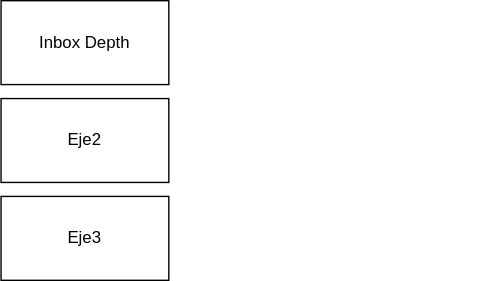
This is Thignest_Guardado_como_Version_6.svg from Paquechion/Prueba.svg, a draw.io export, as it was before one commit. Source tidied: cells renumbered, new cells last; positions are measured from the earlier drawing's top-left corner, leaving out a move shared by most shapes.
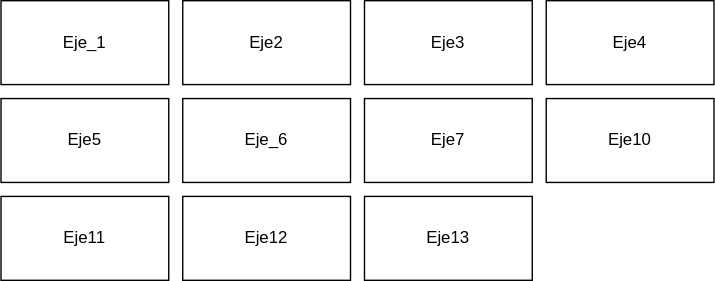
Above is the later version.

What changed in the source:
```diff
@@ -2,19 +2,38 @@
   <root>
     <mxCell id="0" />
     <mxCell id="1" parent="0" />
-    <mxCell id="2" style="edgeStyle=orthogonalEdgeStyle;rounded=0;jettySize=auto;html=1;strokeColor=#FFFFFF;" parent="1" edge="1" source="3">
-      <mxGeometry relative="1" as="geometry">
-        <mxPoint x="340" y="160" as="targetPoint" />
-      </mxGeometry>
-    </mxCell>
-    <mxCell id="3" value="Inbox Depth" style="rounded=0;whiteSpace=wrap;html=1;" parent="1" vertex="1">
+    <mxCell id="3" value="Eje_1" style="rounded=0;whiteSpace=wrap;html=1;" parent="1" vertex="1">
       <mxGeometry width="120" height="60" as="geometry" />
     </mxCell>
+    <mxCell id="5" value="Eje3" style="rounded=0;whiteSpace=wrap;html=1;" parent="1" vertex="1">
+      <mxGeometry x="260" width="120" height="60" as="geometry" />
+    </mxCell>
+    <mxCell id="6" value="Eje4" style="rounded=0;whiteSpace=wrap;html=1;" parent="1" vertex="1">
+      <mxGeometry x="390" width="120" height="60" as="geometry" />
+    </mxCell>
+    <mxCell id="7" value="Eje5" style="rounded=0;whiteSpace=wrap;html=1;" parent="1" vertex="1">
+      <mxGeometry y="70" width="120" height="60" as="geometry" />
+    </mxCell>
+    <mxCell id="8" value="Eje_6" style="rounded=0;whiteSpace=wrap;html=1;" parent="1" vertex="1">
+      <mxGeometry x="130" y="70" width="120" height="60" as="geometry" />
+    </mxCell>
+    <mxCell id="9" value="Eje7" style="rounded=0;whiteSpace=wrap;html=1;" parent="1" vertex="1">
+      <mxGeometry x="260" y="70" width="120" height="60" as="geometry" />
+    </mxCell>
+    <mxCell id="10" value="Eje10" style="rounded=0;whiteSpace=wrap;html=1;" parent="1" vertex="1">
+      <mxGeometry x="390" y="70" width="120" height="60" as="geometry" />
+    </mxCell>
+    <mxCell id="11" value="Eje11" style="rounded=0;whiteSpace=wrap;html=1;" parent="1" vertex="1">
+      <mxGeometry y="140" width="120" height="60" as="geometry" />
+    </mxCell>
+    <mxCell id="12" value="Eje12" style="rounded=0;whiteSpace=wrap;html=1;" parent="1" vertex="1">
+      <mxGeometry x="130" y="140" width="120" height="60" as="geometry" />
+    </mxCell>
     <mxCell id="4" value="Eje2" style="rounded=0;whiteSpace=wrap;html=1;" parent="1" vertex="1">
-      <mxGeometry y="70" width="120" height="60" as="geometry" />
+      <mxGeometry x="130" width="120" height="60" as="geometry" />
     </mxCell>
-    <mxCell id="5" value="Eje3" style="rounded=0;whiteSpace=wrap;html=1;" parent="1" vertex="1">
-      <mxGeometry y="140" width="120" height="60" as="geometry" />
-    </mxCell>
+    <mxCell id="13" value="Eje13" style="rounded=0;whiteSpace=wrap;html=1;" parent="1" vertex="1">
+      <mxGeometry x="260" y="140" width="120" height="60" as="geometry" />
+    </mxCell>
   </root>
 </mxGraphModel>
```
